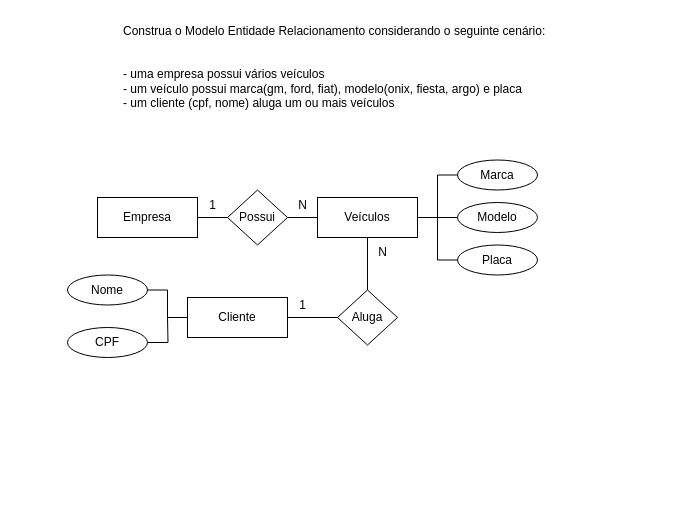
Above: page "Página-3" (3 of 7) of Senai_sprint01/Atividade-1-aula-03/teste.drawio in dgmath/2-Semestre (draw.io), before the change. Source tidied: cells renumbered, new cells numbered last; positions are measured from the earlier drawing's top-left corner, leaving out a move shared by most shapes. Both pictures are drawn from the tidied source at 100%, with x=0, y=0 at pixel (67, 17).
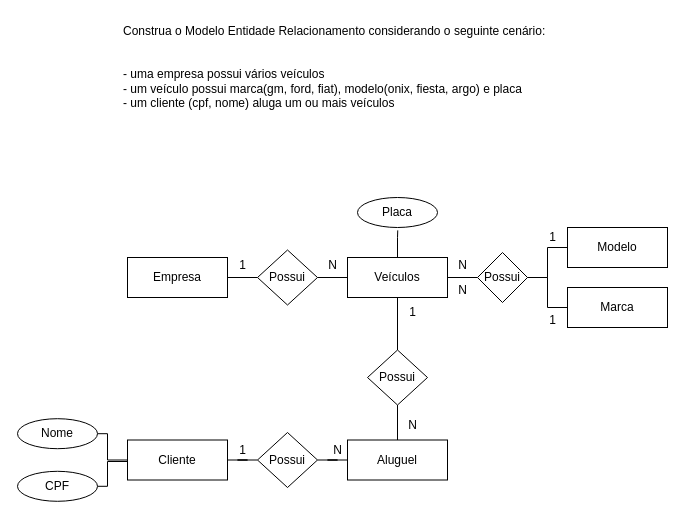
The same page after the edit.

Diff of the diagram source:
```diff
@@
     <mxCell id="4" value="Empresa" style="rounded=0;whiteSpace=wrap;html=1;" parent="1" vertex="1">
-      <mxGeometry x="30" y="180" width="100" height="40" as="geometry" />
+      <mxGeometry x="60" y="240" width="100" height="40" as="geometry" />
     </mxCell>
     <mxCell id="5" value="Possui" style="rhombus;whiteSpace=wrap;html=1;" parent="1" vertex="1">
-      <mxGeometry x="160" y="172.5" width="60" height="55" as="geometry" />
+      <mxGeometry x="190" y="232.5" width="60" height="55" as="geometry" />
     </mxCell>
@@
-    <mxCell id="7" style="edgeStyle=orthogonalEdgeStyle;rounded=0;jettySize=auto;html=1;entryX=0;entryY=0.5;entryDx=0;entryDy=0;endArrow=none;endFill=0;" parent="1" edge="1" source="8" target="11">
-      <mxGeometry relative="1" as="geometry" />
-    </mxCell>
+    <mxCell id="26" style="edgeStyle=orthogonalEdgeStyle;rounded=0;jettySize=auto;html=1;entryX=0.503;entryY=1.096;entryDx=0;entryDy=0;entryPerimeter=0;endArrow=none;endFill=0;" parent="1" edge="1" source="8" target="15">
+      <mxGeometry relative="1" as="geometry" />
+    </mxCell>
+    <mxCell id="27" style="edgeStyle=orthogonalEdgeStyle;rounded=0;jettySize=auto;html=1;endArrow=none;endFill=0;" parent="1" edge="1" source="8" target="32">
+      <mxGeometry relative="1" as="geometry" />
+    </mxCell>
     <mxCell id="8" value="Veículos" style="rounded=0;whiteSpace=wrap;html=1;" parent="1" vertex="1">
-      <mxGeometry x="250" y="180" width="100" height="40" as="geometry" />
+      <mxGeometry x="280" y="240" width="100" height="40" as="geometry" />
     </mxCell>
     <mxCell id="9" value="1" style="text;html=1;align=center;verticalAlign=middle;strokeColor=none;fillColor=none;" parent="1" vertex="1">
-      <mxGeometry x="130" y="172.5" width="30" height="30" as="geometry" />
+      <mxGeometry x="160" y="232.5" width="30" height="30" as="geometry" />
     </mxCell>
     <mxCell id="10" value="N" style="text;html=1;align=center;verticalAlign=middle;strokeColor=none;fillColor=none;" parent="1" vertex="1">
-      <mxGeometry x="220" y="172.5" width="30" height="30" as="geometry" />
+      <mxGeometry x="250" y="232.5" width="30" height="30" as="geometry" />
     </mxCell>
-    <mxCell id="11" value="Marca" style="ellipse;whiteSpace=wrap;html=1;" parent="1" vertex="1">
-      <mxGeometry x="390" y="142.5" width="80" height="30" as="geometry" />
-    </mxCell>
-    <mxCell id="12" style="edgeStyle=orthogonalEdgeStyle;rounded=0;jettySize=auto;html=1;endArrow=none;endFill=0;" parent="1" edge="1" source="13">
-      <mxGeometry relative="1" as="geometry">
-        <mxPoint x="350" y="200" as="targetPoint" />
-      </mxGeometry>
-    </mxCell>
-    <mxCell id="13" value="Modelo" style="ellipse;whiteSpace=wrap;html=1;" parent="1" vertex="1">
-      <mxGeometry x="390" y="185" width="80" height="30" as="geometry" />
-    </mxCell>
-    <mxCell id="14" style="edgeStyle=orthogonalEdgeStyle;rounded=0;jettySize=auto;html=1;endArrow=none;endFill=0;" parent="1" edge="1" source="15">
-      <mxGeometry relative="1" as="geometry">
-        <mxPoint x="370" y="200" as="targetPoint" />
-      </mxGeometry>
-    </mxCell>
     <mxCell id="15" value="Placa" style="ellipse;whiteSpace=wrap;html=1;" parent="1" vertex="1">
-      <mxGeometry x="390" y="227.5" width="80" height="30" as="geometry" />
+      <mxGeometry x="290" y="180" width="80" height="30" as="geometry" />
     </mxCell>
@@
+    <mxCell id="28" style="edgeStyle=orthogonalEdgeStyle;rounded=0;jettySize=auto;html=1;endArrow=none;endFill=0;" parent="1" edge="1" source="17" target="35">
+      <mxGeometry relative="1" as="geometry" />
+    </mxCell>
     <mxCell id="17" value="Cliente" style="rounded=0;whiteSpace=wrap;html=1;" parent="1" vertex="1">
-      <mxGeometry x="120" y="280" width="100" height="40" as="geometry" />
+      <mxGeometry x="60" y="422.5" width="100" height="40" as="geometry" />
     </mxCell>
-    <mxCell id="18" style="edgeStyle=orthogonalEdgeStyle;rounded=0;jettySize=auto;html=1;entryX=1;entryY=0.5;entryDx=0;entryDy=0;endArrow=none;endFill=0;" parent="1" edge="1" source="20" target="17">
-      <mxGeometry relative="1" as="geometry" />
-    </mxCell>
@@
+    <mxCell id="29" style="edgeStyle=orthogonalEdgeStyle;rounded=0;jettySize=auto;html=1;endArrow=none;endFill=0;" parent="1" edge="1" source="20" target="33">
+      <mxGeometry relative="1" as="geometry" />
+    </mxCell>
-    <mxCell id="20" value="Aluga" style="rhombus;whiteSpace=wrap;html=1;" parent="1" vertex="1">
-      <mxGeometry x="270" y="272.5" width="60" height="55" as="geometry" />
+    <mxCell id="20" value="Possui" style="rhombus;whiteSpace=wrap;html=1;" parent="1" vertex="1">
+      <mxGeometry x="300" y="332.5" width="60" height="55" as="geometry" />
     </mxCell>
-    <mxCell id="21" value="1" style="text;html=1;align=center;verticalAlign=middle;strokeColor=none;fillColor=none;" parent="1" vertex="1">
-      <mxGeometry x="220" y="272.5" width="30" height="30" as="geometry" />
-    </mxCell>
-    <mxCell id="22" value="N" style="text;html=1;align=center;verticalAlign=middle;strokeColor=none;fillColor=none;" parent="1" vertex="1">
-      <mxGeometry x="300" y="220" width="30" height="30" as="geometry" />
+    <mxCell id="22" value="1" style="text;html=1;align=center;verticalAlign=middle;strokeColor=none;fillColor=none;" parent="1" vertex="1">
+      <mxGeometry x="330" y="280" width="30" height="30" as="geometry" />
     </mxCell>
     <mxCell id="23" value="Nome" style="ellipse;whiteSpace=wrap;html=1;" parent="1" vertex="1">
-      <mxGeometry y="257.5" width="80" height="30" as="geometry" />
+      <mxGeometry x="-50" y="401.2" width="80" height="30" as="geometry" />
     </mxCell>
     <mxCell id="24" style="edgeStyle=orthogonalEdgeStyle;rounded=0;jettySize=auto;html=1;endArrow=none;endFill=0;" parent="1" edge="1" source="25">
       <mxGeometry relative="1" as="geometry">
-        <mxPoint x="100" y="300" as="targetPoint" />
+        <mxPoint x="60" y="440" as="targetPoint" />
+        <Array as="points">
+          <mxPoint x="40" y="469" />
+          <mxPoint x="40" y="444" />
+        </Array>
       </mxGeometry>
     </mxCell>
     <mxCell id="25" value="CPF" style="ellipse;whiteSpace=wrap;html=1;" parent="1" vertex="1">
-      <mxGeometry y="310" width="80" height="30" as="geometry" />
+      <mxGeometry x="-50" y="453.8" width="80" height="30" as="geometry" />
     </mxCell>
+    <mxCell id="30" style="edgeStyle=orthogonalEdgeStyle;rounded=0;jettySize=auto;html=1;entryX=0;entryY=0.5;entryDx=0;entryDy=0;endArrow=none;endFill=0;" parent="1" edge="1" source="32" target="13">
+      <mxGeometry relative="1" as="geometry" />
+    </mxCell>
+    <mxCell id="31" style="edgeStyle=orthogonalEdgeStyle;rounded=0;jettySize=auto;html=1;entryX=0;entryY=0.5;entryDx=0;entryDy=0;endArrow=none;endFill=0;" parent="1" edge="1" source="32" target="11">
+      <mxGeometry relative="1" as="geometry" />
+    </mxCell>
+    <mxCell id="32" value="Possui" style="rhombus;whiteSpace=wrap;html=1;" parent="1" vertex="1">
+      <mxGeometry x="410" y="235" width="50" height="50" as="geometry" />
+    </mxCell>
+    <mxCell id="11" value="Marca" style="rounded=0;whiteSpace=wrap;html=1;" parent="1" vertex="1">
+      <mxGeometry x="500" y="270" width="100" height="40" as="geometry" />
+    </mxCell>
+    <mxCell id="13" value="Modelo" style="rounded=0;whiteSpace=wrap;html=1;" parent="1" vertex="1">
+      <mxGeometry x="500" y="210" width="100" height="40" as="geometry" />
+    </mxCell>
+    <mxCell id="33" value="Aluguel" style="rounded=0;whiteSpace=wrap;html=1;" parent="1" vertex="1">
+      <mxGeometry x="280" y="422.5" width="100" height="40" as="geometry" />
+    </mxCell>
+    <mxCell id="34" style="edgeStyle=orthogonalEdgeStyle;rounded=0;jettySize=auto;html=1;endArrow=none;endFill=0;" parent="1" edge="1" source="35" target="33">
+      <mxGeometry relative="1" as="geometry" />
+    </mxCell>
+    <mxCell id="35" value="Possui" style="rhombus;whiteSpace=wrap;html=1;" parent="1" vertex="1">
+      <mxGeometry x="190" y="415" width="60" height="55" as="geometry" />
+    </mxCell>
+    <mxCell id="36" value="1" style="text;html=1;align=center;verticalAlign=middle;strokeColor=none;fillColor=none;" parent="1" vertex="1">
+      <mxGeometry x="470" y="205" width="30" height="30" as="geometry" />
+    </mxCell>
+    <mxCell id="37" value="N" style="text;html=1;align=center;verticalAlign=middle;strokeColor=none;fillColor=none;" parent="1" vertex="1">
+      <mxGeometry x="380" y="232.5" width="30" height="30" as="geometry" />
+    </mxCell>
+    <mxCell id="38" value="N" style="text;html=1;align=center;verticalAlign=middle;strokeColor=none;fillColor=none;" parent="1" vertex="1">
+      <mxGeometry x="380" y="257.5" width="30" height="30" as="geometry" />
+    </mxCell>
+    <mxCell id="39" value="1" style="text;html=1;align=center;verticalAlign=middle;strokeColor=none;fillColor=none;" parent="1" vertex="1">
+      <mxGeometry x="470" y="287.5" width="30" height="30" as="geometry" />
+    </mxCell>
+    <mxCell id="40" value="N" style="text;html=1;align=center;verticalAlign=middle;strokeColor=none;fillColor=none;" parent="1" vertex="1">
+      <mxGeometry x="330" y="392.5" width="30" height="30" as="geometry" />
+    </mxCell>
+    <mxCell id="41" value="N" style="text;html=1;align=center;verticalAlign=middle;strokeColor=none;fillColor=none;" parent="1" vertex="1">
+      <mxGeometry x="255" y="418" width="30" height="30" as="geometry" />
+    </mxCell>
+    <mxCell id="42" value="1" style="text;html=1;align=center;verticalAlign=middle;strokeColor=none;fillColor=none;" parent="1" vertex="1">
+      <mxGeometry x="160" y="418" width="30" height="30" as="geometry" />
+    </mxCell>
```
